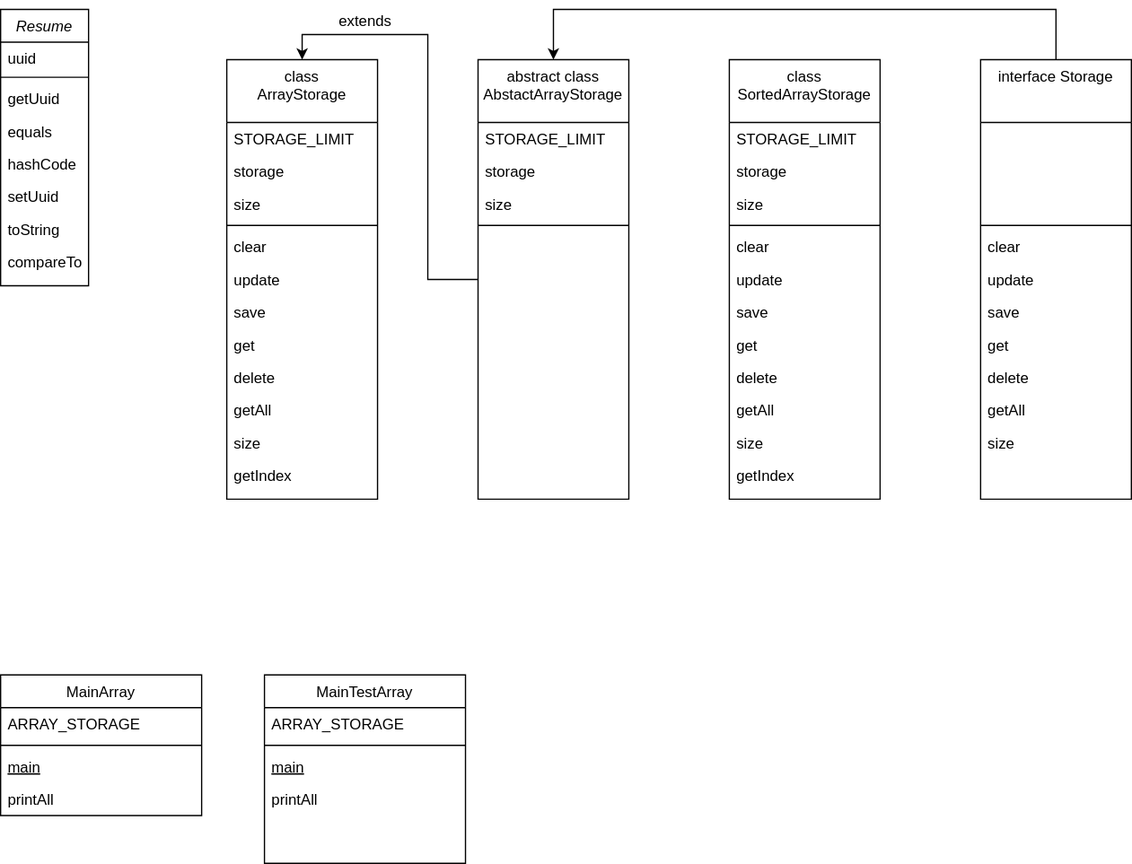
Before: Диаграмма без названия.drawio.svg, a diagram exported from draw.io (darken321/diagrams). Source tidied: cells renumbered, new cells last; positions are measured from the earlier drawing's top-left corner, leaving out a move shared by most shapes.
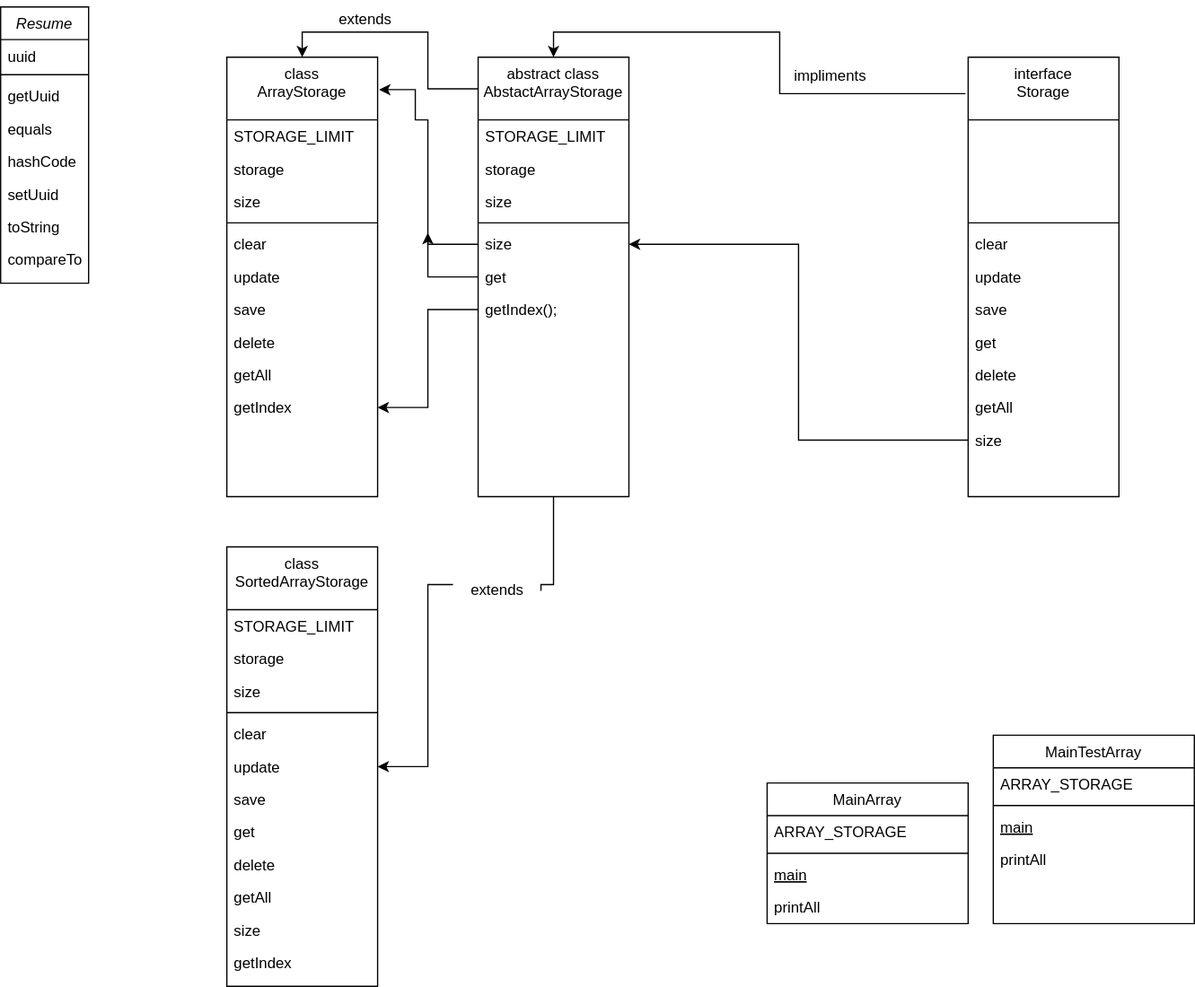
Later version of the same file.

Commit message:
два абстрактных класса.drawio.svg

Change to the diagram source:
```diff
@@ -30,7 +30,7 @@
       <mxGeometry y="188" width="70" height="26" as="geometry" />
     </mxCell>
     <mxCell id="11" value="MainArray" style="swimlane;fontStyle=0;align=center;verticalAlign=top;horizontal=1;startSize=26;rounded=0;shadow=0;strokeWidth=1;" parent="1" vertex="1">
-      <mxGeometry y="535" width="160" height="112" as="geometry" />
+      <mxGeometry x="610" y="623" width="160" height="112" as="geometry" />
     </mxCell>
     <mxCell id="12" value="ARRAY_STORAGE" style="text;align=left;verticalAlign=top;spacingLeft=4;spacingRight=4;overflow=hidden;" parent="11" vertex="1">
       <mxGeometry y="26" width="160" height="26" as="geometry" />
@@ -45,7 +45,7 @@
       <mxGeometry y="86" width="160" height="26" as="geometry" />
     </mxCell>
     <mxCell id="16" value="MainTestArray" style="swimlane;fontStyle=0;align=center;verticalAlign=top;horizontal=1;startSize=26;rounded=0;shadow=0;strokeWidth=1;" parent="1" vertex="1">
-      <mxGeometry x="210" y="535" width="160" height="150" as="geometry" />
+      <mxGeometry x="790" y="585" width="160" height="150" as="geometry" />
     </mxCell>
     <mxCell id="17" value="ARRAY_STORAGE" style="text;align=left;verticalAlign=top;spacingLeft=4;spacingRight=4;overflow=hidden;" parent="16" vertex="1">
       <mxGeometry y="26" width="160" height="26" as="geometry" />
@@ -83,24 +83,36 @@
     <mxCell id="28" value="save" style="text;align=left;verticalAlign=top;spacingLeft=4;spacingRight=4;overflow=hidden;" parent="21" vertex="1">
       <mxGeometry y="188" width="120" height="26" as="geometry" />
     </mxCell>
-    <mxCell id="29" value="get" style="text;align=left;verticalAlign=top;spacingLeft=4;spacingRight=4;overflow=hidden;points=[[0,0.5],[1,0.5]];portConstraint=eastwest;" parent="21" vertex="1">
-      <mxGeometry y="214" width="120" height="26" as="geometry" />
-    </mxCell>
     <mxCell id="30" value="delete" style="text;align=left;verticalAlign=top;spacingLeft=4;spacingRight=4;overflow=hidden;" parent="21" vertex="1">
-      <mxGeometry y="240" width="120" height="26" as="geometry" />
+      <mxGeometry y="214" width="120" height="26" as="geometry" />
     </mxCell>
     <mxCell id="31" value="getAll" style="text;align=left;verticalAlign=top;spacingLeft=4;spacingRight=4;overflow=hidden;" parent="21" vertex="1">
-      <mxGeometry y="266" width="120" height="26" as="geometry" />
+      <mxGeometry y="240" width="120" height="26" as="geometry" />
     </mxCell>
-    <mxCell id="32" value="size" style="text;align=left;verticalAlign=top;spacingLeft=4;spacingRight=4;overflow=hidden;points=[[0,0.5],[1,0.5]];portConstraint=eastwest;" parent="21" vertex="1">
-      <mxGeometry y="292" width="120" height="26" as="geometry" />
-    </mxCell>
     <mxCell id="33" value="getIndex" style="text;align=left;verticalAlign=top;spacingLeft=4;spacingRight=4;overflow=hidden;points=[[0,0.5],[1,0.5]];portConstraint=eastwest;" parent="21" vertex="1">
-      <mxGeometry y="318" width="120" height="26" as="geometry" />
+      <mxGeometry y="266" width="120" height="26" as="geometry" />
     </mxCell>
-    <mxCell id="34" style="edgeStyle=orthogonalEdgeStyle;rounded=0;jettySize=auto;html=1;entryX=0.5;entryY=0;entryDx=0;entryDy=0;" parent="1" edge="1" source="35" target="21">
+    <mxCell id="34" style="edgeStyle=orthogonalEdgeStyle;rounded=0;jettySize=auto;html=1;entryX=0.5;entryY=0;entryDx=0;entryDy=0;exitX=0.011;exitY=0.072;exitDx=0;exitDy=0;exitPerimeter=0;" parent="1" edge="1" source="35" target="21">
       <mxGeometry relative="1" as="geometry" />
     </mxCell>
+    <mxCell id="67" style="edgeStyle=orthogonalEdgeStyle;rounded=0;jettySize=auto;html=1;exitX=0;exitY=0.5;exitDx=0;exitDy=0;entryX=1.01;entryY=0.074;entryDx=0;entryDy=0;entryPerimeter=0;" parent="1" edge="1" source="32" target="21">
+      <mxGeometry relative="1" as="geometry">
+        <Array as="points">
+          <mxPoint x="340" y="194" />
+          <mxPoint x="340" y="95" />
+          <mxPoint x="330" y="95" />
+          <mxPoint x="330" y="71" />
+        </Array>
+      </mxGeometry>
+    </mxCell>
+    <mxCell id="68" style="edgeStyle=orthogonalEdgeStyle;rounded=0;jettySize=auto;html=1;entryX=1;entryY=0.5;entryDx=0;entryDy=0;startArrow=none;" parent="1" edge="1" source="74" target="53">
+      <mxGeometry relative="1" as="geometry">
+        <Array as="points">
+          <mxPoint x="340" y="465" />
+          <mxPoint x="340" y="610" />
+        </Array>
+      </mxGeometry>
+    </mxCell>
     <mxCell id="35" value="abstract class&#10;AbstactArrayStorage" style="swimlane;fontStyle=0;align=center;verticalAlign=top;horizontal=1;startSize=50;rounded=0;shadow=0;strokeWidth=1;" parent="1" vertex="1">
       <mxGeometry x="380" y="45" width="120" height="350" as="geometry" />
     </mxCell>
@@ -116,16 +128,26 @@
     <mxCell id="39" style="line;html=1;strokeWidth=1;align=left;verticalAlign=middle;spacingTop=-1;spacingLeft=3;spacingRight=3;labelPosition=right;" parent="35" vertex="1">
       <mxGeometry y="128" width="120" height="8" as="geometry" />
     </mxCell>
+    <mxCell id="32" value="size" style="text;align=left;verticalAlign=top;spacingLeft=4;spacingRight=4;overflow=hidden;points=[[0,0.5],[1,0.5]];portConstraint=eastwest;" parent="35" vertex="1">
+      <mxGeometry y="136" width="120" height="26" as="geometry" />
+    </mxCell>
+    <mxCell id="29" value="get" style="text;align=left;verticalAlign=top;spacingLeft=4;spacingRight=4;overflow=hidden;points=[[0,0.5],[1,0.5]];portConstraint=eastwest;" parent="35" vertex="1">
+      <mxGeometry y="162" width="120" height="26" as="geometry" />
+    </mxCell>
+    <mxCell id="69" value="getIndex();" style="text;align=left;verticalAlign=top;spacingLeft=4;spacingRight=4;overflow=hidden;points=[[0,0.5],[1,0.5]];portConstraint=eastwest;" parent="35" vertex="1">
+      <mxGeometry y="188" width="120" height="26" as="geometry" />
+    </mxCell>
-    <mxCell id="40" style="edgeStyle=orthogonalEdgeStyle;rounded=0;jettySize=auto;html=1;entryX=0.5;entryY=0;entryDx=0;entryDy=0;" parent="1" edge="1" source="41" target="35">
+    <mxCell id="40" style="edgeStyle=orthogonalEdgeStyle;rounded=0;jettySize=auto;html=1;entryX=0.5;entryY=0;entryDx=0;entryDy=0;exitX=-0.018;exitY=0.083;exitDx=0;exitDy=0;exitPerimeter=0;" parent="1" edge="1" source="41" target="35">
       <mxGeometry relative="1" as="geometry">
         <Array as="points">
-          <mxPoint x="840" y="5" />
-          <mxPoint x="440" y="5" />
+          <mxPoint x="620" y="74" />
+          <mxPoint x="620" y="25" />
+          <mxPoint x="440" y="25" />
         </Array>
       </mxGeometry>
     </mxCell>
-    <mxCell id="41" value="interface Storage" style="swimlane;fontStyle=0;align=center;verticalAlign=top;horizontal=1;startSize=50;rounded=0;shadow=0;strokeWidth=1;" parent="1" vertex="1">
-      <mxGeometry x="780" y="45" width="120" height="350" as="geometry" />
+    <mxCell id="41" value="interface&#10;Storage" style="swimlane;fontStyle=0;align=center;verticalAlign=top;horizontal=1;startSize=50;rounded=0;shadow=0;strokeWidth=1;" parent="1" vertex="1">
+      <mxGeometry x="770" y="45" width="120" height="350" as="geometry" />
     </mxCell>
     <mxCell id="42" value=" " style="text;align=left;verticalAlign=top;spacingLeft=4;spacingRight=4;overflow=hidden;" parent="41" vertex="1">
       <mxGeometry y="50" width="120" height="26" as="geometry" />
@@ -161,7 +183,7 @@
       <mxGeometry y="292" width="120" height="26" as="geometry" />
     </mxCell>
     <mxCell id="53" value="class&#10;SortedArrayStorage" style="swimlane;fontStyle=0;align=center;verticalAlign=top;horizontal=1;startSize=50;rounded=0;shadow=0;strokeWidth=1;" parent="1" vertex="1">
-      <mxGeometry x="580" y="45" width="120" height="350" as="geometry" />
+      <mxGeometry x="180" y="435" width="120" height="350" as="geometry" />
     </mxCell>
     <mxCell id="54" value="STORAGE_LIMIT" style="text;align=left;verticalAlign=top;spacingLeft=4;spacingRight=4;overflow=hidden;" parent="53" vertex="1">
       <mxGeometry y="50" width="120" height="26" as="geometry" />
@@ -202,5 +224,29 @@
     <mxCell id="66" value="extends" style="text;html=1;align=center;verticalAlign=middle;strokeColor=none;fillColor=none;" parent="1" vertex="1">
       <mxGeometry x="255" width="70" height="30" as="geometry" />
     </mxCell>
+    <mxCell id="70" style="edgeStyle=orthogonalEdgeStyle;rounded=0;jettySize=auto;html=1;entryX=1;entryY=0.5;entryDx=0;entryDy=0;" parent="1" edge="1" source="52" target="32">
+      <mxGeometry relative="1" as="geometry" />
+    </mxCell>
+    <mxCell id="71" style="edgeStyle=orthogonalEdgeStyle;rounded=0;jettySize=auto;html=1;" parent="1" edge="1" source="69" target="33">
+      <mxGeometry relative="1" as="geometry" />
+    </mxCell>
+    <mxCell id="72" style="edgeStyle=orthogonalEdgeStyle;rounded=0;jettySize=auto;html=1;" parent="1" edge="1" source="29">
+      <mxGeometry relative="1" as="geometry">
+        <mxPoint x="340" y="185" as="targetPoint" />
+      </mxGeometry>
+    </mxCell>
+    <mxCell id="73" value="impliments" style="text;html=1;align=center;verticalAlign=middle;strokeColor=none;fillColor=none;" parent="1" vertex="1">
+      <mxGeometry x="620" y="45" width="80" height="30" as="geometry" />
+    </mxCell>
+    <mxCell id="74" value="extends" style="text;html=1;align=center;verticalAlign=middle;points=[];strokeColor=none;fillColor=none;" parent="1" vertex="1">
+      <mxGeometry x="360" y="455" width="70" height="30" as="geometry" />
+    </mxCell>
+    <mxCell id="75" style="edgeStyle=orthogonalEdgeStyle;rounded=0;jettySize=auto;html=1;entryX=1;entryY=0.5;entryDx=0;entryDy=0;endArrow=none;" parent="1" edge="1" source="35" target="74">
+      <mxGeometry relative="1" as="geometry">
+        <Array as="points">
+          <mxPoint x="440" y="465" />
+        </Array>
+      </mxGeometry>
+    </mxCell>
   </root>
 </mxGraphModel>
```
